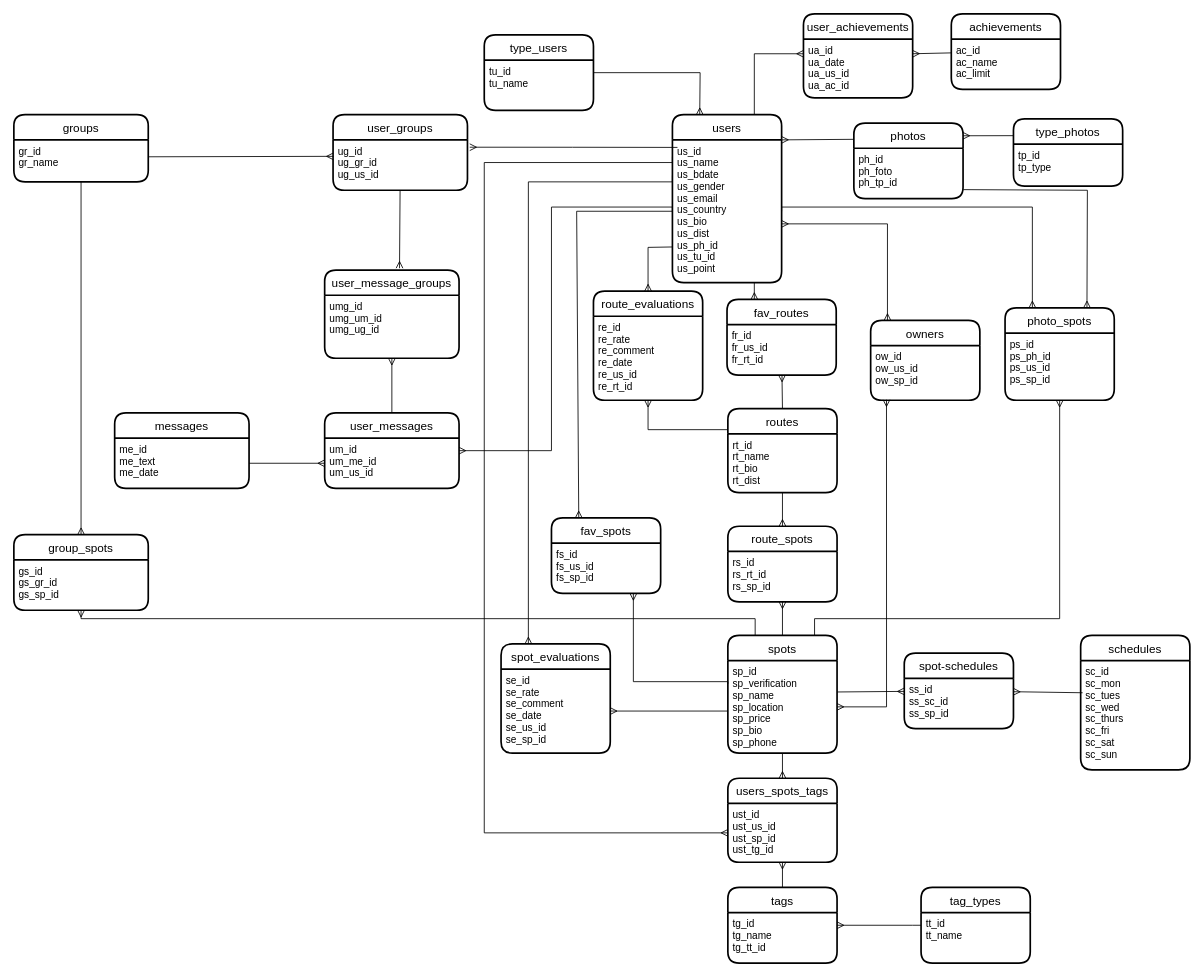
This is Base de dados/Diagrama ER.drawio from felipesabbado/ProjetoWeb, a draw.io file, before an edit. Source tidied: cells renumbered, new cells numbered last; positions are measured from the earlier drawing's top-left corner, leaving out a move shared by most shapes. Both pictures are drawn from the tidied source at 84%, with x=0, y=0 at pixel (13, 13).
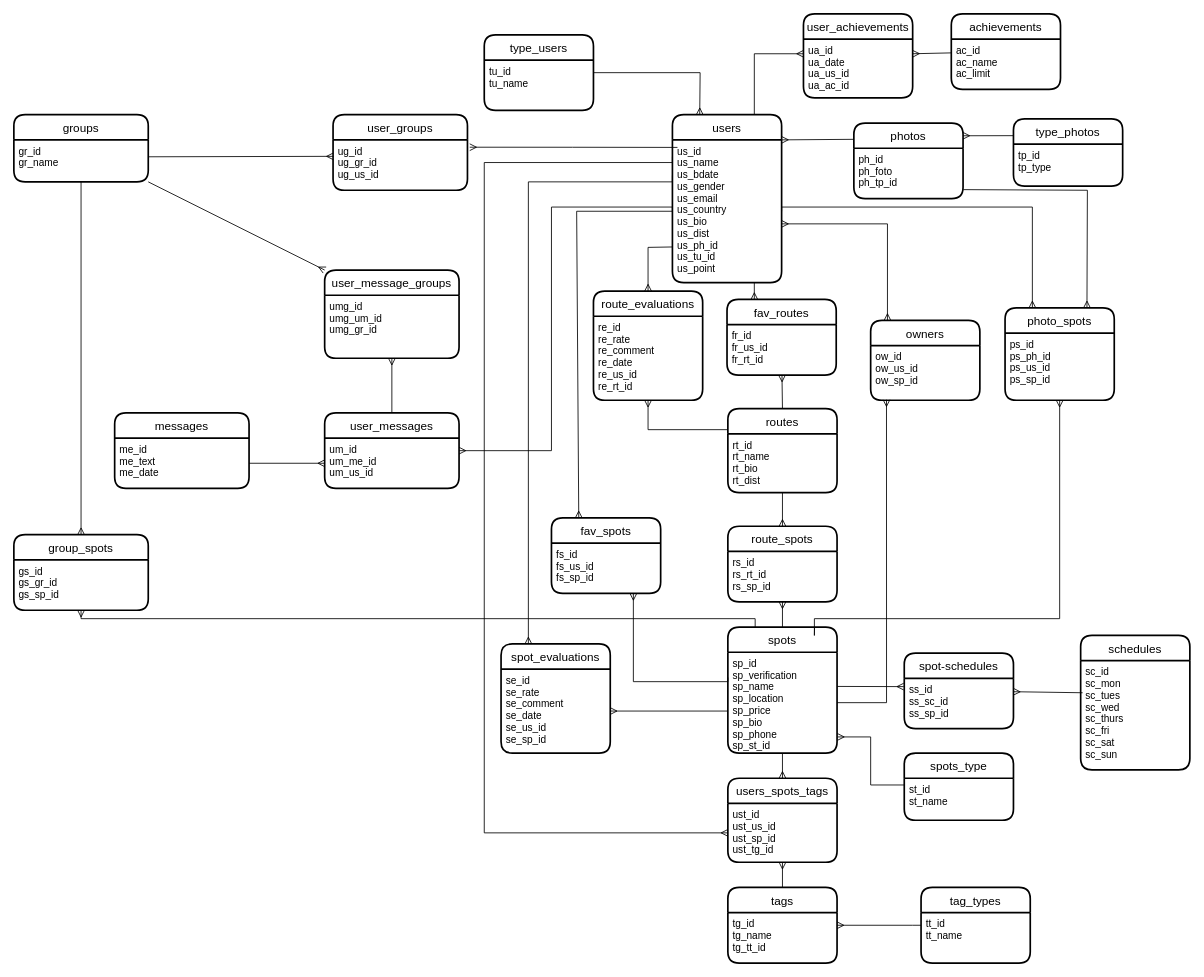
The same page after the edit.

Commit message (it also covers changes not shown here):
diagrama er atualizado grupos

The change refers to these unchanged cells:
```xml
<mxCell id="63" value="gr_id&#10;gr_name&#10;" style="align=left;strokeColor=none;fillColor=none;spacingLeft=4;fontSize=12;verticalAlign=top;" parent="62" vertex="1">
  <mxGeometry y="30" width="160" height="50" as="geometry" />
</mxCell>
<mxCell id="68" value="ug_id&#10;ug_gr_id&#10;ug_us_id" style="align=left;strokeColor=none;fillColor=none;spacingLeft=4;fontSize=12;verticalAlign=top;" parent="67" vertex="1">
  <mxGeometry y="30" width="160" height="60" as="geometry" />
</mxCell>
<mxCell id="76" value="user_message_groups" style="swimlane;horizontal=1;startSize=30;rounded=1;fontSize=14;fontStyle=0;strokeWidth=2;shadow=0;dashed=0;align=center;" parent="1" vertex="1">
  <mxGeometry x="370" y="305" width="160" height="105" as="geometry" />
</mxCell>
<mxCell id="81" value="spot-schedules" style="swimlane;horizontal=1;startSize=30;rounded=1;fontSize=14;fontStyle=0;strokeWidth=2;shadow=0;dashed=0;align=center;" parent="1" vertex="1">
  <mxGeometry x="1060" y="761" width="130" height="90" as="geometry" />
</mxCell>
<mxCell id="82" value="ss_id&#10;ss_sc_id&#10;ss_sp_id" style="align=left;strokeColor=none;fillColor=none;spacingLeft=4;fontSize=12;verticalAlign=top;" parent="81" vertex="1">
  <mxGeometry y="30" width="130" height="60" as="geometry" />
</mxCell>
<mxCell id="86" value="ow_id&#10;ow_us_id&#10;ow_sp_id" style="align=left;strokeColor=none;fillColor=none;spacingLeft=4;fontSize=12;verticalAlign=top;" parent="85" vertex="1">
  <mxGeometry y="30" width="130" height="65" as="geometry" />
</mxCell>
```

Diff of the diagram source:
```diff
@@
-    <mxCell id="21" style="rounded=0;jettySize=auto;html=1;endArrow=ERmany;endFill=0;exitX=1.001;exitY=0.339;exitDx=0;exitDy=0;exitPerimeter=0;" parent="1" edge="1" source="23" target="81">
+    <mxCell id="21" style="rounded=0;jettySize=auto;html=1;endArrow=ERmany;endFill=0;exitX=1.001;exitY=0.339;exitDx=0;exitDy=0;exitPerimeter=0;entryX=-0.005;entryY=0.165;entryDx=0;entryDy=0;entryPerimeter=0;" parent="1" edge="1" source="23" target="82">
       <mxGeometry relative="1" as="geometry" />
     </mxCell>
     <mxCell id="22" value="spots" style="swimlane;horizontal=1;startSize=30;rounded=1;fontSize=14;fontStyle=0;strokeWidth=2;shadow=0;dashed=0;align=center;" parent="1" vertex="1">
-      <mxGeometry x="850" y="740" width="130" height="140" as="geometry" />
+      <mxGeometry x="850" y="730" width="130" height="150" as="geometry" />
     </mxCell>
-    <mxCell id="23" value="sp_id&#10;sp_verification&#10;sp_name&#10;sp_location&#10;sp_price&#10;sp_bio&#10;sp_phone" style="align=left;strokeColor=none;fillColor=none;spacingLeft=4;fontSize=12;verticalAlign=top;" parent="22" vertex="1">
-      <mxGeometry y="30" width="130" height="110" as="geometry" />
+    <mxCell id="23" value="sp_id&#10;sp_verification&#10;sp_name&#10;sp_location&#10;sp_price&#10;sp_bio&#10;sp_phone&#10;sp_st_id" style="align=left;strokeColor=none;fillColor=none;spacingLeft=4;fontSize=12;verticalAlign=top;" parent="22" vertex="1">
+      <mxGeometry y="30" width="130" height="120" as="geometry" />
     </mxCell>
@@
-    <mxCell id="77" value="umg_id&#10;umg_um_id&#10;umg_ug_id" style="align=left;strokeColor=none;fillColor=none;spacingLeft=4;fontSize=12;verticalAlign=top;" parent="76" vertex="1">
+    <mxCell id="77" value="umg_id&#10;umg_um_id&#10;umg_gr_id" style="align=left;strokeColor=none;fillColor=none;spacingLeft=4;fontSize=12;verticalAlign=top;" parent="76" vertex="1">
       <mxGeometry y="30" width="160" height="75" as="geometry" />
     </mxCell>
-    <mxCell id="78" style="edgeStyle=none;rounded=0;jettySize=auto;html=1;entryX=0.557;entryY=-0.021;entryDx=0;entryDy=0;entryPerimeter=0;startArrow=none;startFill=0;endArrow=ERmany;endFill=0;" parent="1" edge="1" source="68" target="76">
+    <mxCell id="78" style="edgeStyle=none;rounded=0;jettySize=auto;html=1;entryX=0;entryY=0;entryDx=0;entryDy=0;startArrow=none;startFill=0;endArrow=ERmany;endFill=0;exitX=1;exitY=1;exitDx=0;exitDy=0;" parent="1" edge="1" source="63" target="76">
       <mxGeometry relative="1" as="geometry" />
     </mxCell>
@@
-    <mxCell id="87" style="edgeStyle=orthogonalEdgeStyle;rounded=0;jettySize=auto;html=1;startArrow=ERmany;startFill=0;endArrow=ERmany;endFill=0;entryX=0.145;entryY=0.99;entryDx=0;entryDy=0;entryPerimeter=0;" parent="1" edge="1" source="23" target="86">
+    <mxCell id="87" style="edgeStyle=orthogonalEdgeStyle;rounded=0;jettySize=auto;html=1;startArrow=none;startFill=0;endArrow=ERmany;endFill=0;entryX=0.145;entryY=0.99;entryDx=0;entryDy=0;entryPerimeter=0;" parent="1" edge="1" source="23" target="86">
       <mxGeometry relative="1" as="geometry" />
     </mxCell>
+    <mxCell id="88" value="spots_type" style="swimlane;horizontal=1;startSize=30;rounded=1;fontSize=14;fontStyle=0;strokeWidth=2;shadow=0;dashed=0;align=center;" parent="1" vertex="1">
+      <mxGeometry x="1060" y="880" width="130" height="80" as="geometry" />
+    </mxCell>
+    <mxCell id="89" value="st_id&#10;st_name" style="align=left;strokeColor=none;fillColor=none;spacingLeft=4;fontSize=12;verticalAlign=top;" parent="88" vertex="1">
+      <mxGeometry y="30" width="130" height="50" as="geometry" />
+    </mxCell>
+    <mxCell id="90" style="rounded=0;jettySize=auto;html=1;entryX=1.004;entryY=0.84;entryDx=0;entryDy=0;entryPerimeter=0;exitX=0.006;exitY=0.16;exitDx=0;exitDy=0;exitPerimeter=0;endArrow=ERmany;endFill=0;edgeStyle=orthogonalEdgeStyle;" parent="1" edge="1" source="89" target="23">
+      <mxGeometry relative="1" as="geometry" />
+    </mxCell>
```
